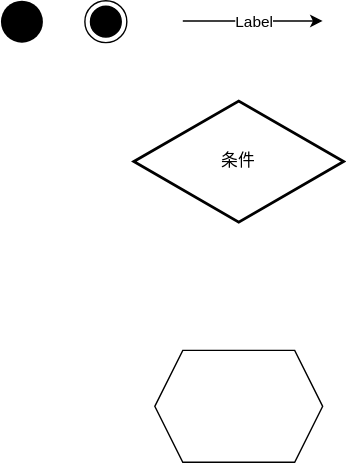
Earlier version of the draw.io export 活动图示例.drawio.svg (hollson/pm). Source tidied: cells renumbered, new cells last; positions are measured from the earlier drawing's top-left corner, leaving out a move shared by most shapes.
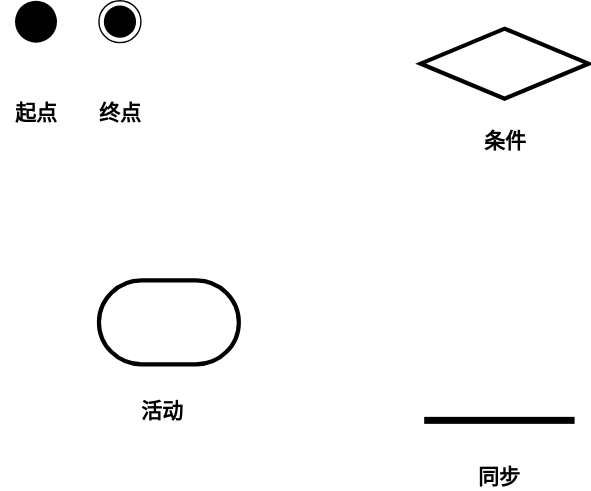
Later version of the same file.

Commit message:
更新活动图示例.drawio.svg

What changed in the source:
```diff
@@ -8,23 +8,29 @@
     <mxCell id="3" style="ellipse;html=1;shape=endState;fillColor=#000000;strokeColor=#000000;" parent="1" vertex="1">
       <mxGeometry x="60" width="30" height="30" as="geometry" />
     </mxCell>
+    <mxCell id="9" style="rhombus;whiteSpace=wrap;html=1;strokeWidth=3;" parent="1" vertex="1">
+      <mxGeometry x="290" y="20" width="120" height="50" as="geometry" />
+    </mxCell>
+    <mxCell id="10" value="起点" style="text;html=1;align=center;verticalAlign=middle;fillColor=none;strokeColor=none;rounded=0;fontStyle=1;fontSize=15;" parent="1" vertex="1">
+      <mxGeometry x="-10" y="70" width="50" height="20" as="geometry" />
+    </mxCell>
+    <mxCell id="11" value="终点" style="text;html=1;align=center;verticalAlign=middle;fillColor=none;strokeColor=none;rounded=0;fontStyle=1;fontSize=15;" parent="1" vertex="1">
+      <mxGeometry x="50" y="70" width="50" height="20" as="geometry" />
+    </mxCell>
+    <mxCell id="8" value="条件" style="text;html=1;align=center;verticalAlign=middle;fillColor=none;strokeColor=none;rounded=0;fontStyle=1;fontSize=15;" parent="1" vertex="1">
+      <mxGeometry x="325" y="90" width="50" height="20" as="geometry" />
+    </mxCell>
-    <mxCell id="4" style="shape=sumEllipse;perimeter=ellipsePerimeter;whiteSpace=wrap;html=1;backgroundOutline=1;" parent="1" vertex="1">
-      <mxGeometry x="150" y="280" width="30" height="30" as="geometry" />
+    <mxCell id="4" style="html=1;perimeter=orthogonalPerimeter;fillColor=#000000;strokeColor=none;fontSize=20;direction=south;" parent="1" vertex="1">
+      <mxGeometry x="292.5" y="297.5" width="107.5" height="5" as="geometry" />
     </mxCell>
-    <mxCell id="5" style="endArrow=classic;html=1;rounded=0;" parent="1" edge="1">
-      <mxGeometry relative="1" as="geometry">
-        <mxPoint x="130" y="14.5" as="sourcePoint" />
-        <mxPoint x="230" y="14.5" as="targetPoint" />
-      </mxGeometry>
-    </mxCell>
-    <mxCell id="6" value="Label" style="edgeLabel;html=1;align=center;verticalAlign=middle;" parent="5" vertex="1">
-      <mxGeometry relative="1" as="geometry" />
-    </mxCell>
-    <mxCell id="7" style="shape=hexagon;perimeter=hexagonPerimeter2;whiteSpace=wrap;html=1;fixedSize=1;" parent="1" vertex="1">
-      <mxGeometry x="110" y="250" width="120" height="80" as="geometry" />
-    </mxCell>
-    <mxCell id="8" value="条件" style="html=1;whiteSpace=wrap;shape=isoRectangle;strokeWidth=2;" parent="1" vertex="1">
-      <mxGeometry x="95" y="70" width="150" height="90" as="geometry" />
-    </mxCell>
+    <mxCell id="12" value="同步" style="text;html=1;align=center;verticalAlign=middle;fillColor=none;strokeColor=none;rounded=0;fontStyle=1;fontSize=15;" parent="1" vertex="1">
+      <mxGeometry x="321.2" y="330" width="50" height="20" as="geometry" />
+    </mxCell>
+    <mxCell id="13" style="strokeWidth=3;html=1;shape=mxgraph.flowchart.terminator;whiteSpace=wrap;rounded=1;shadow=0;fontSize=20;" parent="1" vertex="1">
+      <mxGeometry x="60" y="200" width="100" height="60" as="geometry" />
+    </mxCell>
+    <mxCell id="14" value="活动" style="text;html=1;align=center;verticalAlign=middle;fillColor=none;strokeColor=none;rounded=0;fontStyle=1;fontSize=15;" parent="1" vertex="1">
+      <mxGeometry x="80" y="282.5" width="50" height="20" as="geometry" />
+    </mxCell>
   </root>
 </mxGraphModel>
```
